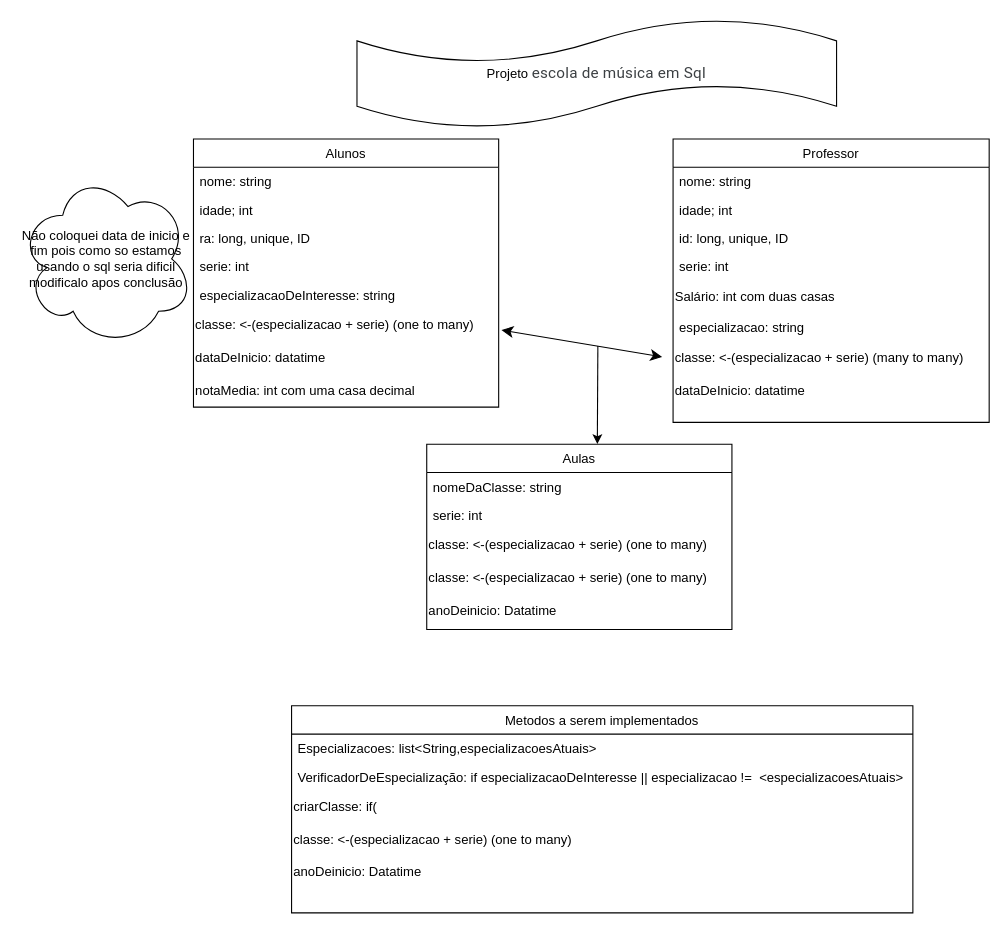
Above: Diagrama sem nome.drawio in FabricioJS-ZUP/Transformando-ideias-em-modelos- (draw.io), before the change. Source tidied: cells renumbered, new cells numbered last; positions are measured from the earlier drawing's top-left corner, leaving out a move shared by most shapes. Both pictures are drawn from the tidied source at 109%, with x=0, y=0 at pixel (19, 19).
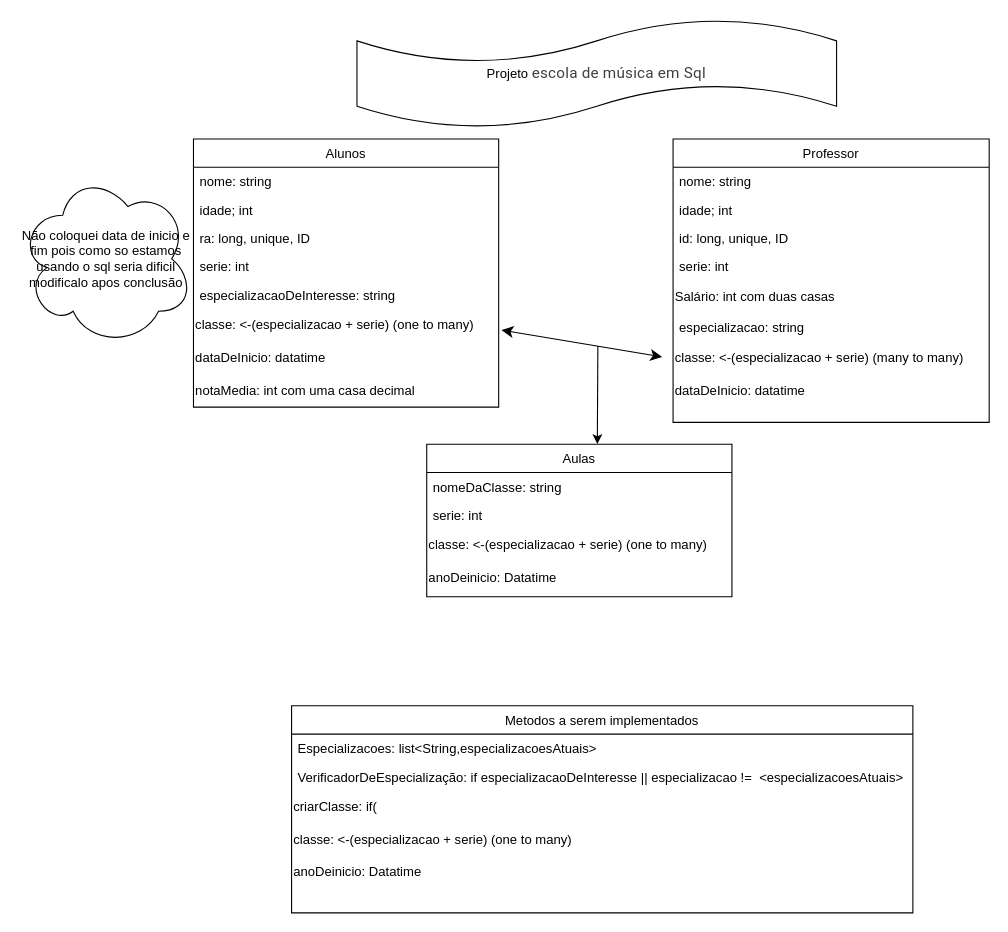
Above is the later version.

Diff of the diagram source:
```diff
@@
     <mxCell id="21" value="Aulas" style="swimlane;fontStyle=0;align=center;verticalAlign=top;horizontal=1;startSize=26;rounded=0;shadow=0;strokeWidth=1;" parent="1" vertex="1">
-      <mxGeometry x="374" y="390" width="280" height="170" as="geometry" />
+      <mxGeometry x="374" y="390" width="280" height="140" as="geometry" />
     </mxCell>
@@
-    <mxCell id="25" value="classe: &amp;lt;-(especializacao + serie) (one to many)" style="text;html=1;align=left;verticalAlign=middle;strokeColor=none;fillColor=none;" parent="21" vertex="1">
-      <mxGeometry y="108" width="280" height="30" as="geometry" />
-    </mxCell>
     <mxCell id="26" value="anoDeinicio: Datatime" style="text;html=1;align=left;verticalAlign=middle;strokeColor=none;fillColor=none;" parent="21" vertex="1">
-      <mxGeometry y="138" width="280" height="30" as="geometry" />
+      <mxGeometry y="108" width="280" height="30" as="geometry" />
     </mxCell>
```
